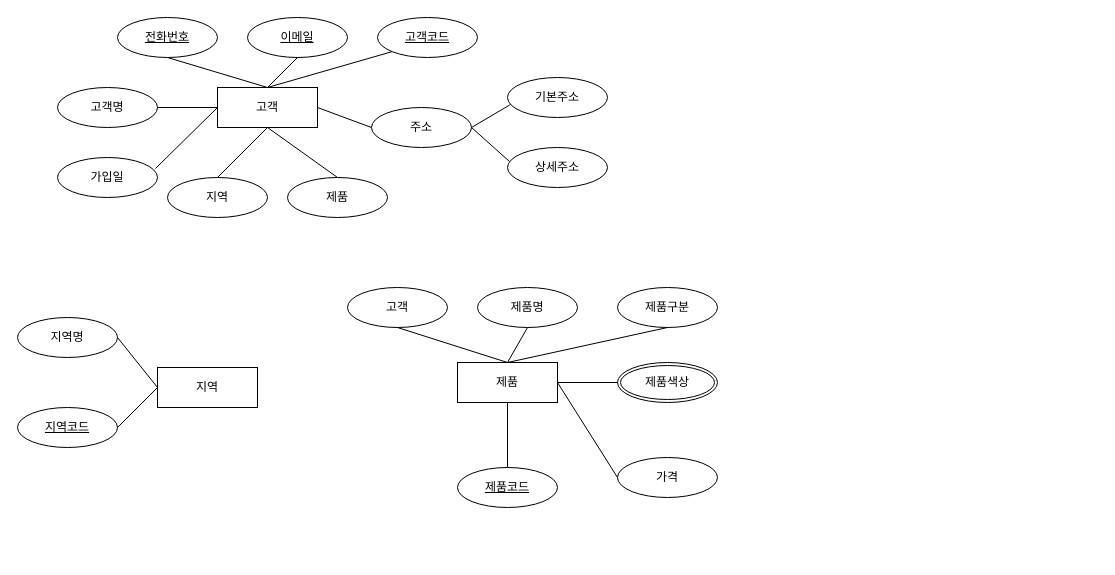
This is 제목 없는 다이어그램.drawio from Hyeon-wooPark/erd, a draw.io file, before an edit. Source tidied: cells renumbered, new cells numbered last; positions are measured from the earlier drawing's top-left corner, leaving out a move shared by most shapes. Both pictures are drawn from the tidied source at 100%, with x=0, y=0 at pixel (17, 17).
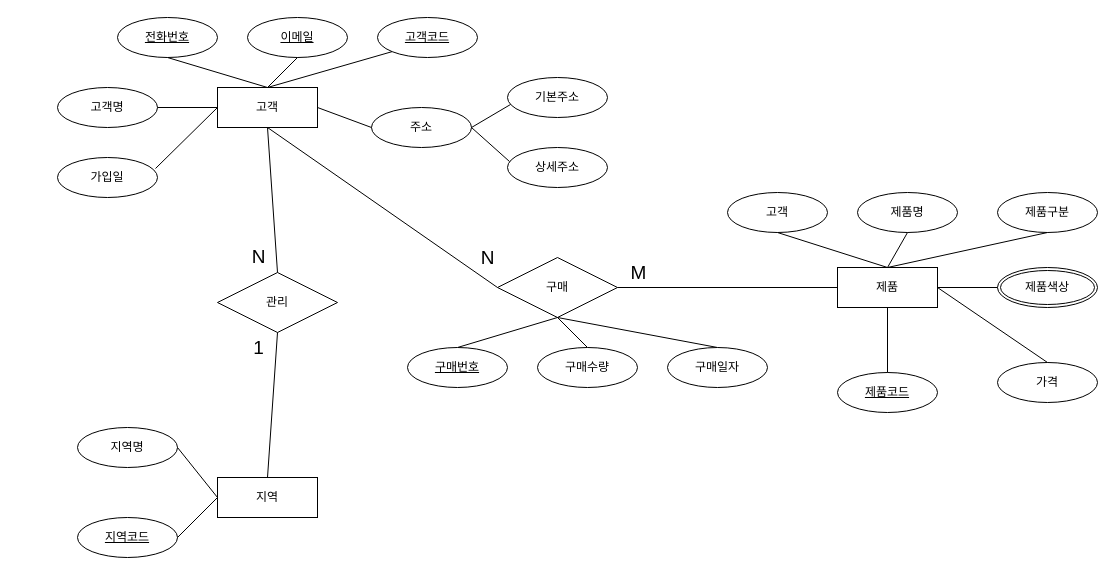
The same diagram, later.

Unchanged cells that the change refers to:
```xml
<mxCell id="2" value="고객" style="whiteSpace=wrap;html=1;align=center;" parent="1" vertex="1">
  <mxGeometry x="200" y="70" width="100" height="40" as="geometry" />
</mxCell>
```

What changed in the source:
```diff
@@
-    <mxCell id="11" value="지역" style="ellipse;whiteSpace=wrap;html=1;align=center;" parent="1" vertex="1">
-      <mxGeometry x="150" y="160" width="100" height="40" as="geometry" />
-    </mxCell>
@@
-    <mxCell id="14" style="endArrow=none;html=1;rounded=0;exitX=0.5;exitY=1;exitDx=0;exitDy=0;entryX=0.5;entryY=0;entryDx=0;entryDy=0;" parent="1" edge="1" source="2" target="11">
-      <mxGeometry relative="1" as="geometry" />
-    </mxCell>
@@
     <mxCell id="21" value="지역" style="whiteSpace=wrap;html=1;align=center;" parent="1" vertex="1">
-      <mxGeometry x="140" y="350" width="100" height="40" as="geometry" />
+      <mxGeometry x="200" y="460" width="100" height="40" as="geometry" />
     </mxCell>
     <mxCell id="22" value="지역명" style="ellipse;whiteSpace=wrap;html=1;align=center;" parent="1" vertex="1">
-      <mxGeometry y="300" width="100" height="40" as="geometry" />
+      <mxGeometry x="60" y="410" width="100" height="40" as="geometry" />
     </mxCell>
     <mxCell id="23" value="지역코드" style="ellipse;whiteSpace=wrap;html=1;align=center;fontStyle=4;" parent="1" vertex="1">
-      <mxGeometry y="390" width="100" height="40" as="geometry" />
+      <mxGeometry x="60" y="500" width="100" height="40" as="geometry" />
     </mxCell>
@@
     <mxCell id="26" value="제품" style="whiteSpace=wrap;html=1;align=center;" parent="1" vertex="1">
-      <mxGeometry x="440" y="345" width="100" height="40" as="geometry" />
+      <mxGeometry x="820" y="250" width="100" height="40" as="geometry" />
     </mxCell>
     <mxCell id="27" value="제품코드" style="ellipse;whiteSpace=wrap;html=1;align=center;fontStyle=4;" parent="1" vertex="1">
-      <mxGeometry x="440" y="450" width="100" height="40" as="geometry" />
+      <mxGeometry x="820" y="355" width="100" height="40" as="geometry" />
     </mxCell>
     <mxCell id="28" value="제품명" style="ellipse;whiteSpace=wrap;html=1;align=center;" parent="1" vertex="1">
-      <mxGeometry x="460" y="270" width="100" height="40" as="geometry" />
+      <mxGeometry x="840" y="175" width="100" height="40" as="geometry" />
     </mxCell>
     <mxCell id="29" value="제품구분" style="ellipse;whiteSpace=wrap;html=1;align=center;" parent="1" vertex="1">
-      <mxGeometry x="600" y="270" width="100" height="40" as="geometry" />
+      <mxGeometry x="980" y="175" width="100" height="40" as="geometry" />
     </mxCell>
     <mxCell id="30" value="가격" style="ellipse;whiteSpace=wrap;html=1;align=center;" parent="1" vertex="1">
-      <mxGeometry x="600" y="440" width="100" height="40" as="geometry" />
+      <mxGeometry x="980" y="345" width="100" height="40" as="geometry" />
     </mxCell>
     <mxCell id="31" value="제품색상" style="ellipse;shape=doubleEllipse;margin=3;whiteSpace=wrap;html=1;align=center;" parent="1" vertex="1">
-      <mxGeometry x="600" y="345" width="100" height="40" as="geometry" />
+      <mxGeometry x="980" y="250" width="100" height="40" as="geometry" />
     </mxCell>
@@
-    <mxCell id="36" style="endArrow=none;html=1;rounded=0;exitX=0;exitY=0.5;exitDx=0;exitDy=0;entryX=1;entryY=0.5;entryDx=0;entryDy=0;" parent="1" edge="1" source="30" target="26">
+    <mxCell id="36" style="endArrow=none;html=1;rounded=0;exitX=0.5;exitY=0;exitDx=0;exitDy=0;entryX=1;entryY=0.5;entryDx=0;entryDy=0;" parent="1" edge="1" source="30" target="26">
       <mxGeometry relative="1" as="geometry" />
     </mxCell>
-    <mxCell id="37" value="제품" style="ellipse;whiteSpace=wrap;html=1;align=center;" parent="1" vertex="1">
-      <mxGeometry x="270" y="160" width="100" height="40" as="geometry" />
-    </mxCell>
-    <mxCell id="38" style="endArrow=none;html=1;rounded=0;exitX=0.5;exitY=1;exitDx=0;exitDy=0;entryX=0.5;entryY=0;entryDx=0;entryDy=0;" parent="1" edge="1" source="2" target="37">
-      <mxGeometry relative="1" as="geometry" />
-    </mxCell>
     <mxCell id="39" value="고객" style="ellipse;whiteSpace=wrap;html=1;align=center;" parent="1" vertex="1">
-      <mxGeometry x="330" y="270" width="100" height="40" as="geometry" />
+      <mxGeometry x="710" y="175" width="100" height="40" as="geometry" />
     </mxCell>
@@
+    <mxCell id="41" value="관리" style="shape=rhombus;perimeter=rhombusPerimeter;whiteSpace=wrap;html=1;align=center;" parent="1" vertex="1">
+      <mxGeometry x="200" y="255" width="120" height="60" as="geometry" />
+    </mxCell>
+    <mxCell id="42" style="endArrow=none;html=1;rounded=0;entryX=0.5;entryY=1;entryDx=0;entryDy=0;exitX=0.5;exitY=0;exitDx=0;exitDy=0;" parent="1" edge="1" source="41" target="2">
+      <mxGeometry relative="1" as="geometry" />
+    </mxCell>
+    <mxCell id="43" value="N" style="edgeLabel;html=1;align=center;verticalAlign=middle;fontSize=19;" parent="42" vertex="1">
+      <mxGeometry x="-0.44" y="-3" relative="1" as="geometry">
+        <mxPoint x="-20" y="26" as="offset" />
+      </mxGeometry>
+    </mxCell>
+    <mxCell id="44" style="endArrow=none;html=1;rounded=0;entryX=0.5;entryY=1;entryDx=0;entryDy=0;exitX=0.5;exitY=0;exitDx=0;exitDy=0;" parent="1" edge="1" source="21" target="41">
+      <mxGeometry relative="1" as="geometry" />
+    </mxCell>
+    <mxCell id="45" value="1" style="edgeLabel;html=1;align=center;verticalAlign=middle;fontSize=19;" parent="44" vertex="1">
+      <mxGeometry x="-0.1" y="1" relative="1" as="geometry">
+        <mxPoint x="-13" y="-65" as="offset" />
+      </mxGeometry>
+    </mxCell>
+    <mxCell id="46" value="구매" style="shape=rhombus;perimeter=rhombusPerimeter;whiteSpace=wrap;html=1;align=center;" parent="1" vertex="1">
+      <mxGeometry x="480" y="240" width="120" height="60" as="geometry" />
+    </mxCell>
+    <mxCell id="47" style="endArrow=none;html=1;rounded=0;entryX=0.5;entryY=1;entryDx=0;entryDy=0;exitX=0;exitY=0.5;exitDx=0;exitDy=0;" parent="1" edge="1" source="46" target="2">
+      <mxGeometry relative="1" as="geometry" />
+    </mxCell>
+    <mxCell id="48" value="N" style="edgeLabel;html=1;align=center;verticalAlign=middle;fontSize=19;" parent="47" vertex="1">
+      <mxGeometry x="-0.43" y="-1" relative="1" as="geometry">
+        <mxPoint x="55" y="17" as="offset" />
+      </mxGeometry>
+    </mxCell>
+    <mxCell id="49" style="endArrow=none;html=1;rounded=0;entryX=1;entryY=0.5;entryDx=0;entryDy=0;exitX=0;exitY=0.5;exitDx=0;exitDy=0;" parent="1" edge="1" source="26" target="46">
+      <mxGeometry relative="1" as="geometry" />
+    </mxCell>
+    <mxCell id="50" value="M" style="edgeLabel;html=1;align=center;verticalAlign=middle;fontSize=19;" parent="49" vertex="1">
+      <mxGeometry x="0.52" y="-1" relative="1" as="geometry">
+        <mxPoint x="-33" y="-14" as="offset" />
+      </mxGeometry>
+    </mxCell>
+    <mxCell id="51" style="endArrow=none;html=1;rounded=0;entryX=0.5;entryY=0;entryDx=0;entryDy=0;exitX=0.5;exitY=1;exitDx=0;exitDy=0;" parent="1" edge="1" source="46" target="54">
+      <mxGeometry relative="1" as="geometry" />
+    </mxCell>
+    <mxCell id="52" style="endArrow=none;html=1;rounded=0;entryX=0.5;entryY=0;entryDx=0;entryDy=0;exitX=0.5;exitY=1;exitDx=0;exitDy=0;" parent="1" edge="1" source="46" target="56">
+      <mxGeometry relative="1" as="geometry" />
+    </mxCell>
+    <mxCell id="53" style="endArrow=none;html=1;rounded=0;entryX=0.5;entryY=0;entryDx=0;entryDy=0;exitX=0.5;exitY=1;exitDx=0;exitDy=0;" parent="1" edge="1" source="46" target="55">
+      <mxGeometry relative="1" as="geometry" />
+    </mxCell>
+    <mxCell id="54" value="구매번호" style="ellipse;whiteSpace=wrap;html=1;align=center;fontStyle=4;" parent="1" vertex="1">
+      <mxGeometry x="390" y="330" width="100" height="40" as="geometry" />
+    </mxCell>
+    <mxCell id="55" value="구매일자" style="ellipse;whiteSpace=wrap;html=1;align=center;" parent="1" vertex="1">
+      <mxGeometry x="650" y="330" width="100" height="40" as="geometry" />
+    </mxCell>
+    <mxCell id="56" value="구매수량" style="ellipse;whiteSpace=wrap;html=1;align=center;" parent="1" vertex="1">
+      <mxGeometry x="520" y="330" width="100" height="40" as="geometry" />
+    </mxCell>
```
